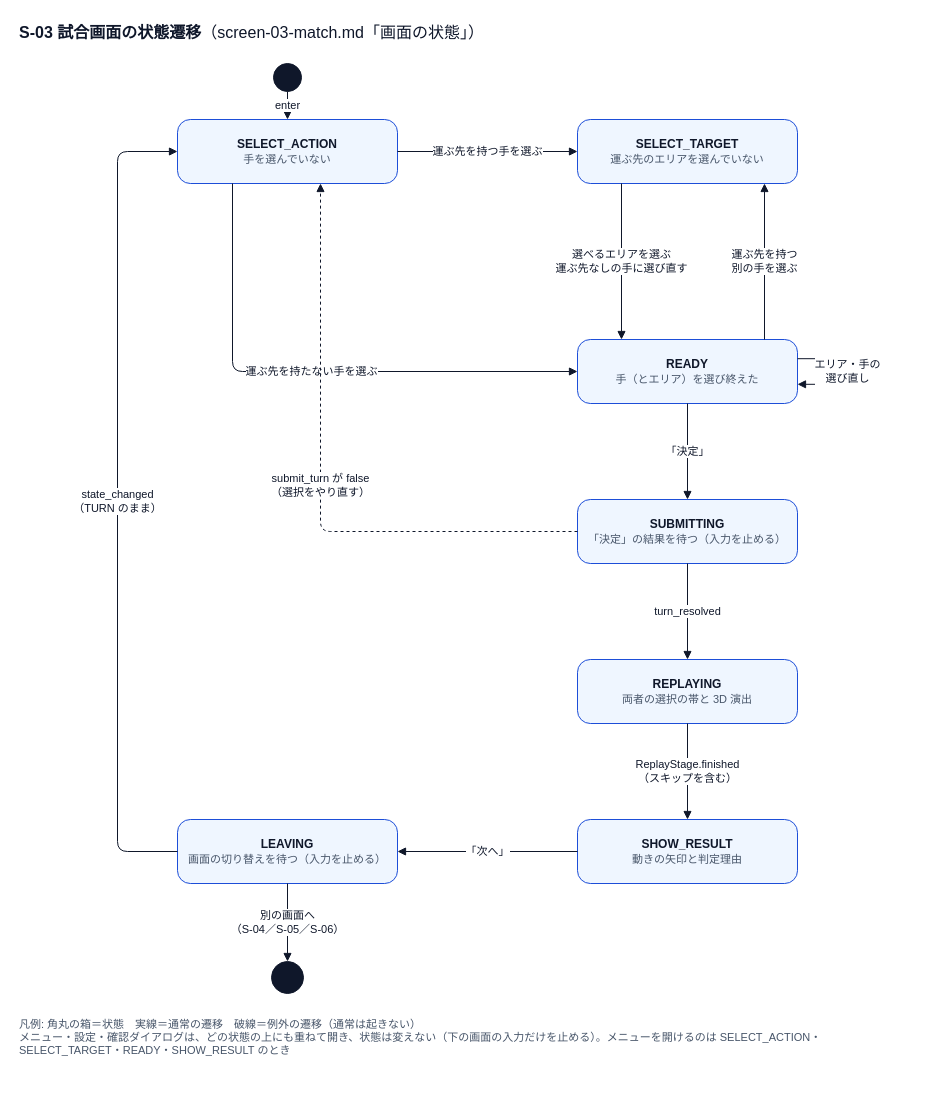
Above: docs/specs/3_detail-design/screen/screen-03-match-states.drawio in n-yata/soccer-sim (draw.io), before the change. Source tidied: cells renumbered, new cells numbered last; positions are measured from the earlier drawing's top-left corner, leaving out a move shared by most shapes. Both pictures are drawn from the tidied source at 100%, with x=0, y=0 at pixel (17, 17).
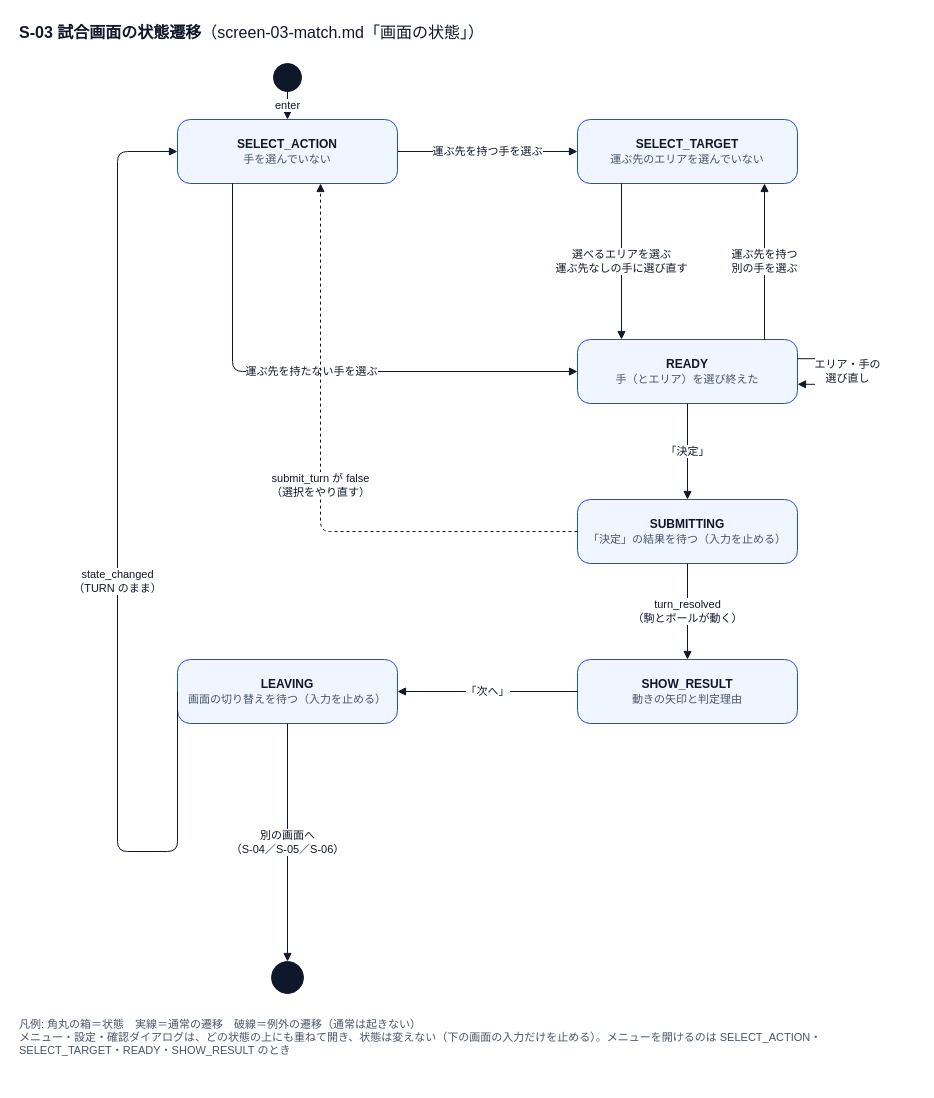
After the change.

The change refers to these unchanged cells:
```xml
<mxCell id="7" value="&lt;b&gt;SUBMITTING&lt;/b&gt;&lt;br&gt;&lt;span style='font-size:11px;color:#475569'&gt;「決定」の結果を待つ（入力を止める）&lt;/span&gt;" style="rounded=1;arcSize=20;whiteSpace=wrap;html=1;fillColor=#EFF6FF;strokeColor=#1D4ED8;fontSize=12;fontColor=#0F172A;" parent="1" vertex="1">
  <mxGeometry x="560" y="482" width="220" height="64" as="geometry" />
</mxCell>
```

What changed in the source:
```diff
@@
-    <mxCell id="8" value="&lt;b&gt;REPLAYING&lt;/b&gt;&lt;br&gt;&lt;span style='font-size:11px;color:#475569'&gt;両者の選択の帯と 3D 演出&lt;/span&gt;" style="rounded=1;arcSize=20;whiteSpace=wrap;html=1;fillColor=#EFF6FF;strokeColor=#1D4ED8;fontSize=12;fontColor=#0F172A;" parent="1" vertex="1">
-      <mxGeometry x="560" y="642" width="220" height="64" as="geometry" />
-    </mxCell>
     <mxCell id="9" value="&lt;b&gt;SHOW_RESULT&lt;/b&gt;&lt;br&gt;&lt;span style='font-size:11px;color:#475569'&gt;動きの矢印と判定理由&lt;/span&gt;" style="rounded=1;arcSize=20;whiteSpace=wrap;html=1;fillColor=#EFF6FF;strokeColor=#1D4ED8;fontSize=12;fontColor=#0F172A;" parent="1" vertex="1">
-      <mxGeometry x="560" y="802" width="220" height="64" as="geometry" />
+      <mxGeometry x="560" y="642" width="220" height="64" as="geometry" />
     </mxCell>
     <mxCell id="10" value="&lt;b&gt;LEAVING&lt;/b&gt;&lt;br&gt;&lt;span style='font-size:11px;color:#475569'&gt;画面の切り替えを待つ（入力を止める）&lt;/span&gt;" style="rounded=1;arcSize=20;whiteSpace=wrap;html=1;fillColor=#EFF6FF;strokeColor=#1D4ED8;fontSize=12;fontColor=#0F172A;" parent="1" vertex="1">
-      <mxGeometry x="160" y="802" width="220" height="64" as="geometry" />
+      <mxGeometry x="160" y="642" width="220" height="64" as="geometry" />
     </mxCell>
@@
-    <mxCell id="19" value="turn_resolved" style="edgeStyle=orthogonalEdgeStyle;rounded=1;html=1;endArrow=block;endFill=1;strokeColor=#0F172A;fontSize=11;fontColor=#0F172A;labelBackgroundColor=#FFFFFF;exitX=0.5;exitY=1;exitDx=0;exitDy=0;entryX=0.5;entryY=0;entryDx=0;entryDy=0;" parent="1" edge="1" source="7" target="8">
+    <mxCell id="19" value="turn_resolved&lt;br&gt;（駒とボールが動く）" style="edgeStyle=orthogonalEdgeStyle;rounded=1;html=1;endArrow=block;endFill=1;strokeColor=#0F172A;fontSize=11;fontColor=#0F172A;labelBackgroundColor=#FFFFFF;exitX=0.5;exitY=1;exitDx=0;exitDy=0;entryX=0.5;entryY=0;entryDx=0;entryDy=0;" parent="1" edge="1" source="7" target="9">
       <mxGeometry relative="1" as="geometry" />
     </mxCell>
@@
-    <mxCell id="21" value="ReplayStage.finished&lt;br&gt;（スキップを含む）" style="edgeStyle=orthogonalEdgeStyle;rounded=1;html=1;endArrow=block;endFill=1;strokeColor=#0F172A;fontSize=11;fontColor=#0F172A;labelBackgroundColor=#FFFFFF;exitX=0.5;exitY=1;exitDx=0;exitDy=0;entryX=0.5;entryY=0;entryDx=0;entryDy=0;" parent="1" edge="1" source="8" target="9">
-      <mxGeometry relative="1" as="geometry" />
-    </mxCell>
```
